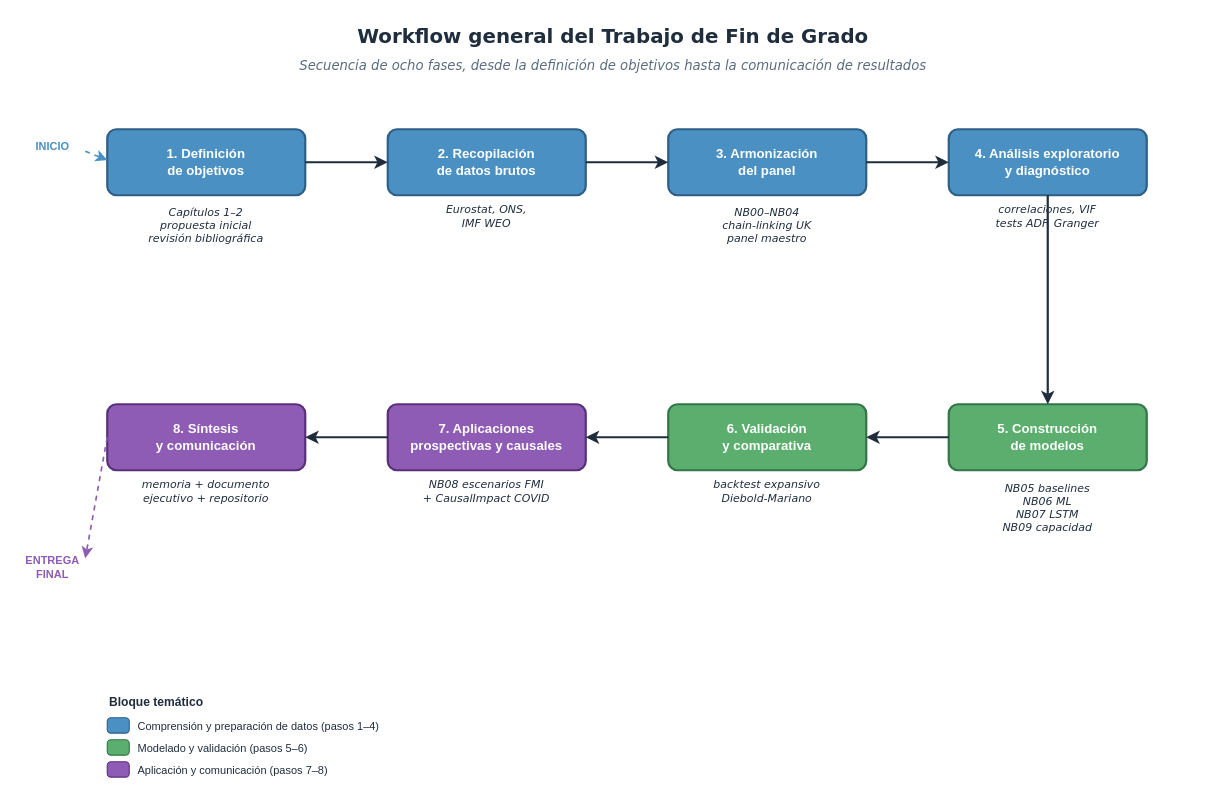
Earlier version of the draw.io diagram schemas/fig_4_2_workflow.drawio (DieGodMF4/Macro-Aviation-Tourism-Modeling). Source tidied: cells renumbered, new cells numbered last; positions are measured from the earlier drawing's top-left corner, leaving out a move shared by most shapes. Both pictures are drawn from the tidied source at 110%, with x=0, y=0 at pixel (19, 19).
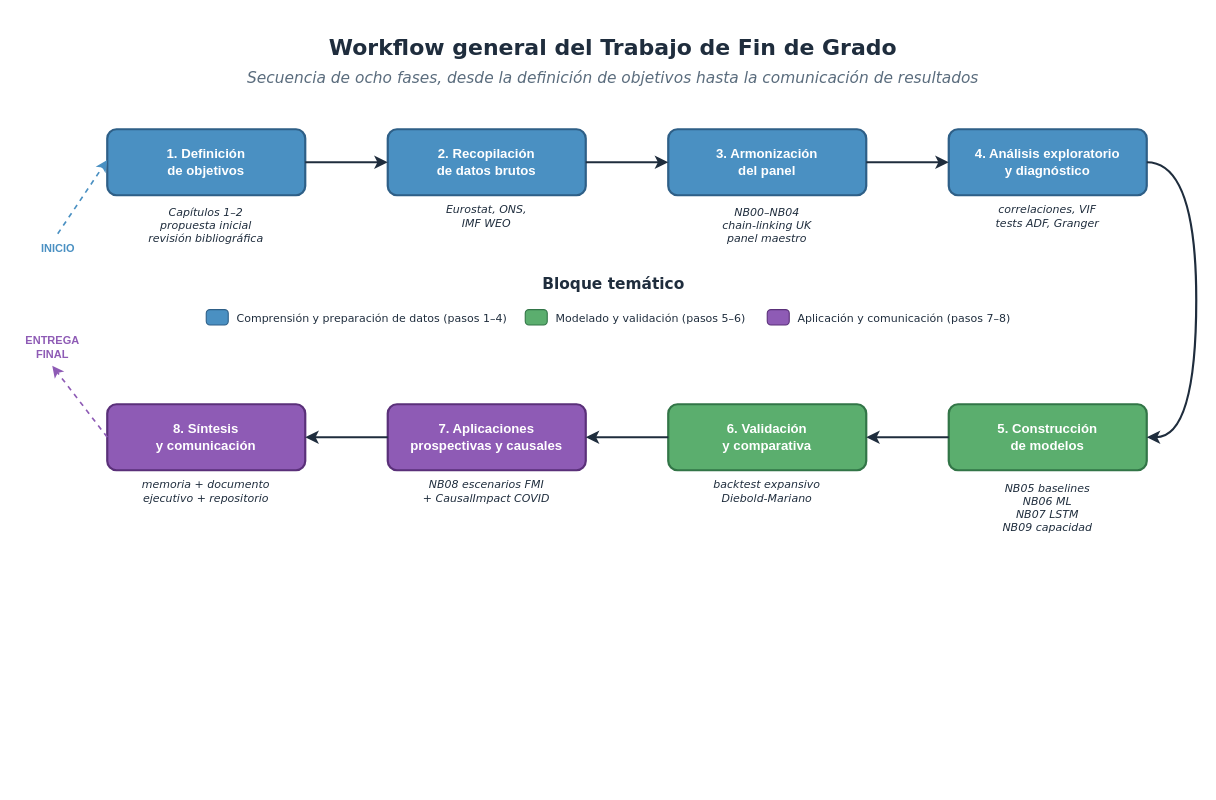
After the change.

Unchanged cells that the change refers to:
```xml
<mxCell id="12" value="4. Análisis exploratorio&#10;y diagnóstico" style="rounded=1;whiteSpace=wrap;html=1;fillColor=#4A90C2;strokeColor=#2E5F87;strokeWidth=2;fontColor=#FFFFFF;fontSize=12;fontStyle=1;arcSize=14;" parent="1" vertex="1">
  <mxGeometry x="845" y="100" width="180" height="60" as="geometry" />
</mxCell>
<mxCell id="14" value="5. Construcción&#10;de modelos" style="rounded=1;whiteSpace=wrap;html=1;fillColor=#5BAE6E;strokeColor=#327547;strokeWidth=2;fontColor=#FFFFFF;fontSize=12;fontStyle=1;arcSize=14;" parent="1" vertex="1">
  <mxGeometry x="845" y="350" width="180" height="60" as="geometry" />
</mxCell>
```

Diff of the diagram source:
```diff
@@
-    <mxCell id="2" value="&lt;font face=&quot;Verdana&quot;&gt;Workflow general del Trabajo de Fin de Grado&lt;/font&gt;" style="text;html=1;strokeColor=none;fillColor=none;align=center;verticalAlign=middle;whiteSpace=wrap;rounded=0;fontSize=18;fontStyle=1;fontColor=#1F2D3D;" parent="1" vertex="1">
-      <mxGeometry x="140" width="800" height="32" as="geometry" />
+    <mxCell id="2" value="&lt;font style=&quot;font-size: 20px;&quot; face=&quot;Verdana&quot;&gt;Workflow general del Trabajo de Fin de Grado&lt;/font&gt;" style="text;html=1;strokeColor=none;fillColor=none;align=center;verticalAlign=middle;whiteSpace=wrap;rounded=0;fontSize=18;fontStyle=1;fontColor=#1F2D3D;" parent="1" vertex="1">
+      <mxGeometry x="140" y="10" width="800" height="32" as="geometry" />
     </mxCell>
-    <mxCell id="3" value="&lt;font face=&quot;Verdana&quot;&gt;Secuencia de ocho fases, desde la definición de objetivos hasta la comunicación de resultados&lt;/font&gt;" style="text;html=1;strokeColor=none;fillColor=none;align=center;verticalAlign=middle;whiteSpace=wrap;rounded=0;fontSize=12;fontStyle=2;fontColor=#5A6C7D;" parent="1" vertex="1">
-      <mxGeometry x="140" y="32" width="800" height="22" as="geometry" />
+    <mxCell id="3" value="&lt;font style=&quot;font-size: 14px;&quot; face=&quot;Verdana&quot;&gt;Secuencia de ocho fases, desde la definición de objetivos hasta la comunicación de resultados&lt;/font&gt;" style="text;html=1;strokeColor=none;fillColor=none;align=center;verticalAlign=middle;whiteSpace=wrap;rounded=0;fontSize=12;fontStyle=2;fontColor=#5A6C7D;" parent="1" vertex="1">
+      <mxGeometry x="140" y="42" width="800" height="22" as="geometry" />
     </mxCell>
     <mxCell id="4" value="INICIO" style="text;html=1;strokeColor=none;fillColor=none;align=center;verticalAlign=middle;fontSize=10;fontStyle=1;fontColor=#4A90C2;" parent="1" vertex="1">
-      <mxGeometry y="105" width="60" height="20" as="geometry" />
+      <mxGeometry y="195" width="70" height="25" as="geometry" />
     </mxCell>
     <mxCell id="5" value="ENTREGA&#10;FINAL" style="text;html=1;strokeColor=none;fillColor=none;align=center;verticalAlign=middle;fontSize=10;fontStyle=1;fontColor=#8E5BB5;" parent="1" vertex="1">
-      <mxGeometry y="480" width="60" height="35" as="geometry" />
+      <mxGeometry y="280" width="60" height="35" as="geometry" />
     </mxCell>
@@
-    <mxCell id="25" style="endArrow=classic;html=1;rounded=0;strokeWidth=2;strokeColor=#1F2D3D;endFill=1;exitX=0.5;exitY=1;exitDx=0;exitDy=0;entryX=0.5;entryY=0;entryDx=0;entryDy=0;" parent="1" edge="1" source="12" target="14">
-      <mxGeometry relative="1" as="geometry" />
+    <mxCell id="25" style="endArrow=classic;html=1;rounded=0;strokeWidth=2;strokeColor=#1F2D3D;endFill=1;exitX=1;exitY=0.5;exitDx=0;exitDy=0;entryX=1;entryY=0.5;entryDx=0;entryDy=0;edgeStyle=orthogonalEdgeStyle;curved=1;" parent="1" edge="1" source="12" target="14">
+      <mxGeometry relative="1" as="geometry">
+        <Array as="points">
+          <mxPoint x="1070" y="130" />
+          <mxPoint x="1070" y="380" />
+        </Array>
+      </mxGeometry>
     </mxCell>
@@
-    <mxCell id="29" style="endArrow=classic;html=1;rounded=0;strokeWidth=1.5;strokeColor=#4A90C2;endFill=1;dashed=1;" parent="1" edge="1">
+    <mxCell id="29" style="endArrow=classic;html=1;rounded=0;strokeWidth=1.5;strokeColor=#4A90C2;endFill=1;dashed=1;exitX=0.5;exitY=0;exitDx=0;exitDy=0;" parent="1" edge="1" source="4">
       <mxGeometry relative="1" as="geometry">
-        <mxPoint x="60" y="120" as="sourcePoint" />
         <mxPoint x="80" y="128" as="targetPoint" />
       </mxGeometry>
     </mxCell>
-    <mxCell id="30" style="endArrow=classic;html=1;rounded=0;strokeWidth=1.5;strokeColor=#8E5BB5;endFill=1;dashed=1;" parent="1" edge="1">
+    <mxCell id="30" style="endArrow=classic;html=1;rounded=0;strokeWidth=1.5;strokeColor=#8E5BB5;endFill=1;dashed=1;entryX=0.5;entryY=1;entryDx=0;entryDy=0;" parent="1" edge="1" target="5">
       <mxGeometry relative="1" as="geometry">
         <mxPoint x="80" y="380" as="sourcePoint" />
-        <mxPoint x="60" y="490" as="targetPoint" />
       </mxGeometry>
     </mxCell>
-    <mxCell id="31" value="Bloque temático" style="text;html=1;strokeColor=none;fillColor=none;align=left;verticalAlign=middle;fontSize=11;fontStyle=1;fontColor=#1F2D3D;" parent="1" vertex="1">
-      <mxGeometry x="80" y="610" width="200" height="22" as="geometry" />
+    <mxCell id="31" value="&lt;font style=&quot;font-size: 14px;&quot; face=&quot;Verdana&quot;&gt;Bloque temático&lt;/font&gt;" style="text;html=1;strokeColor=none;fillColor=none;align=center;verticalAlign=middle;fontSize=11;fontStyle=1;fontColor=#1F2D3D;" parent="1" vertex="1">
+      <mxGeometry x="495" y="230" width="90" height="22" as="geometry" />
     </mxCell>
     <mxCell id="32" style="rounded=1;whiteSpace=wrap;html=1;fillColor=#4A90C2;strokeColor=#2E5F87;arcSize=24;" parent="1" vertex="1">
-      <mxGeometry x="80" y="635" width="20" height="14" as="geometry" />
+      <mxGeometry x="170" y="264" width="20" height="14" as="geometry" />
     </mxCell>
-    <mxCell id="33" value="Comprensión y preparación de datos (pasos 1–4)" style="text;html=1;strokeColor=none;fillColor=none;align=left;verticalAlign=middle;fontSize=10;fontColor=#1F2D3D;" parent="1" vertex="1">
-      <mxGeometry x="106" y="633" width="280" height="20" as="geometry" />
+    <mxCell id="33" value="&lt;font face=&quot;Verdana&quot;&gt;Comprensión y preparación de datos (pasos 1–4)&lt;/font&gt;" style="text;html=1;strokeColor=none;fillColor=none;align=left;verticalAlign=middle;fontSize=10;fontColor=#1F2D3D;" parent="1" vertex="1">
+      <mxGeometry x="196" y="262" width="250" height="20" as="geometry" />
     </mxCell>
     <mxCell id="34" style="rounded=1;whiteSpace=wrap;html=1;fillColor=#5BAE6E;strokeColor=#327547;arcSize=24;" parent="1" vertex="1">
-      <mxGeometry x="80" y="655" width="20" height="14" as="geometry" />
+      <mxGeometry x="460" y="264" width="20" height="14" as="geometry" />
     </mxCell>
-    <mxCell id="35" value="Modelado y validación (pasos 5–6)" style="text;html=1;strokeColor=none;fillColor=none;align=left;verticalAlign=middle;fontSize=10;fontColor=#1F2D3D;" parent="1" vertex="1">
-      <mxGeometry x="106" y="653" width="280" height="20" as="geometry" />
+    <mxCell id="35" value="&lt;font face=&quot;Verdana&quot;&gt;Modelado y validación (pasos 5–6)&lt;/font&gt;" style="text;html=1;strokeColor=none;fillColor=none;align=left;verticalAlign=middle;fontSize=10;fontColor=#1F2D3D;" parent="1" vertex="1">
+      <mxGeometry x="486" y="262" width="224" height="20" as="geometry" />
     </mxCell>
     <mxCell id="36" style="rounded=1;whiteSpace=wrap;html=1;fillColor=#8E5BB5;strokeColor=#5A3079;arcSize=24;" parent="1" vertex="1">
-      <mxGeometry x="80" y="675" width="20" height="14" as="geometry" />
+      <mxGeometry x="680" y="264" width="20" height="14" as="geometry" />
     </mxCell>
-    <mxCell id="37" value="Aplicación y comunicación (pasos 7–8)" style="text;html=1;strokeColor=none;fillColor=none;align=left;verticalAlign=middle;fontSize=10;fontColor=#1F2D3D;" parent="1" vertex="1">
-      <mxGeometry x="106" y="673" width="280" height="20" as="geometry" />
+    <mxCell id="37" value="&lt;font face=&quot;Verdana&quot;&gt;Aplicación y comunicación (pasos 7–8)&lt;/font&gt;" style="text;html=1;strokeColor=none;fillColor=none;align=left;verticalAlign=middle;fontSize=10;fontColor=#1F2D3D;" parent="1" vertex="1">
+      <mxGeometry x="706" y="262" width="280" height="20" as="geometry" />
     </mxCell>
```
